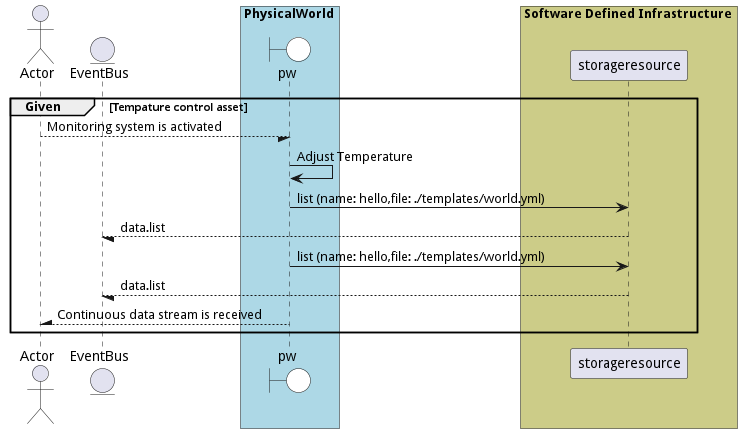
This is docs/edgemere/cpl/pw/usecases/changephysicalworld/AdjustTemperature.png from madajaju/edgemere, a PlantUML export, as it was before one commit. The source it was exported from:
```plantuml
@startuml


actor "Actor"


entity EventBus

box PhysicalWorld #lightblue
    boundary pw #white
end box


box Software Defined Infrastructure #cccc88
            participant storageresource
    end box

group Given [Tempature control asset]

"Actor" --/ pw: Monitoring system is activated
"pw" -> pw: Adjust Temperature

    pw -> "storageresource": list (name: hello,file: ./templates/world.yml)

    "storageresource" --/ EventBus: data.list

    pw -> "storageresource": list (name: hello,file: ./templates/world.yml)

    "storageresource" --/ EventBus: data.list



"Actor" /-- pw: Continuous data stream is received


end

@enduml
```
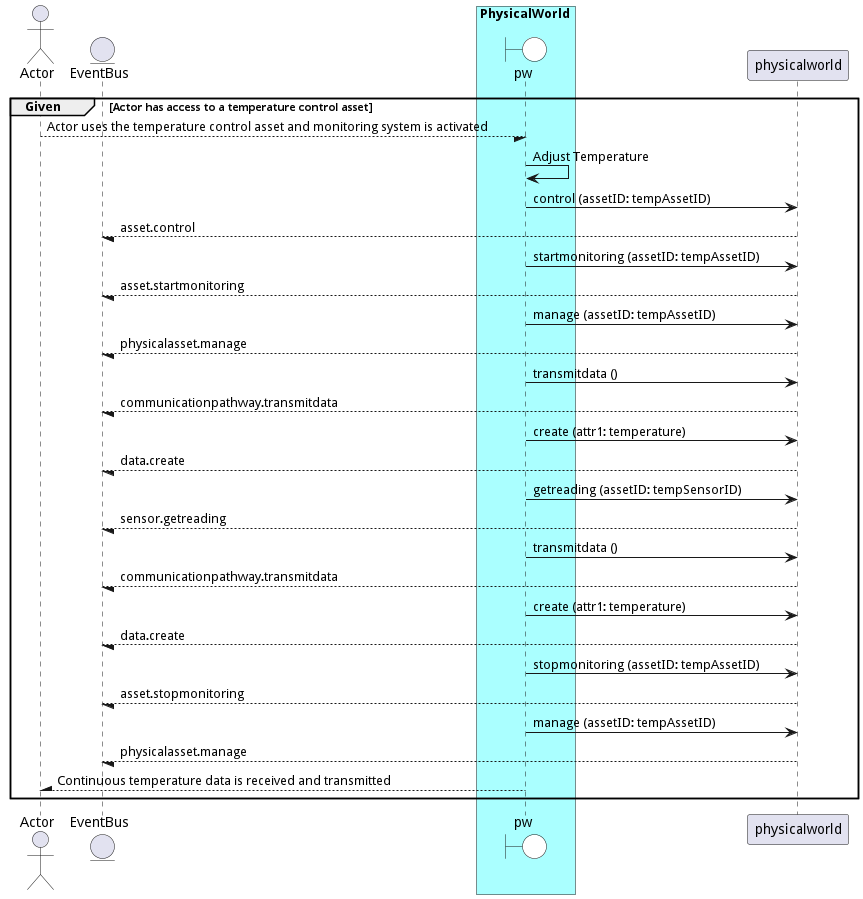
Later version of the same file.

Diff of the diagram source:
```diff
@@ -6,31 +6,62 @@
 
 entity EventBus
 
-box PhysicalWorld #lightblue
+box PhysicalWorld #aaffff
     boundary pw #white
 end box
 
 
-box Software Defined Infrastructure #cccc88
-            participant storageresource
+box PhysicalWorld #aaffff
     end box
 
-group Given [Tempature control asset]
+group Given [Actor has access to a temperature control asset]
 
-"Actor" --/ pw: Monitoring system is activated
+"Actor" --/ pw: Actor uses the temperature control asset and monitoring system is activated
 "pw" -> pw: Adjust Temperature
 
-    pw -> "storageresource": list (name: hello,file: ./templates/world.yml)
+    pw -> "physicalworld": control (assetID: tempAssetID)
 
-    "storageresource" --/ EventBus: data.list
+    "physicalworld" --/ EventBus: asset.control
 
-    pw -> "storageresource": list (name: hello,file: ./templates/world.yml)
+    pw -> "physicalworld": startmonitoring (assetID: tempAssetID)
 
-    "storageresource" --/ EventBus: data.list
+    "physicalworld" --/ EventBus: asset.startmonitoring
+
+    pw -> "physicalworld": manage (assetID: tempAssetID)
+
+    "physicalworld" --/ EventBus: physicalasset.manage
+
+    pw -> "physicalworld": transmitdata ()
+
+    "physicalworld" --/ EventBus: communicationpathway.transmitdata
+
+    pw -> "physicalworld": create (attr1: temperature)
+
+    "physicalworld" --/ EventBus: data.create
+
+    pw -> "physicalworld": getreading (assetID: tempSensorID)
+
+    "physicalworld" --/ EventBus: sensor.getreading
+
+    pw -> "physicalworld": transmitdata ()
+
+    "physicalworld" --/ EventBus: communicationpathway.transmitdata
+
+    pw -> "physicalworld": create (attr1: temperature)
+
+    "physicalworld" --/ EventBus: data.create
+
+    pw -> "physicalworld": stopmonitoring (assetID: tempAssetID)
+
+    "physicalworld" --/ EventBus: asset.stopmonitoring
+
+    pw -> "physicalworld": manage (assetID: tempAssetID)
+
+    "physicalworld" --/ EventBus: physicalasset.manage
 
 
 
-"Actor" /-- pw: Continuous data stream is received
+"Actor" /-- pw: Continuous temperature data is received and transmitted
 
 
 end
```
